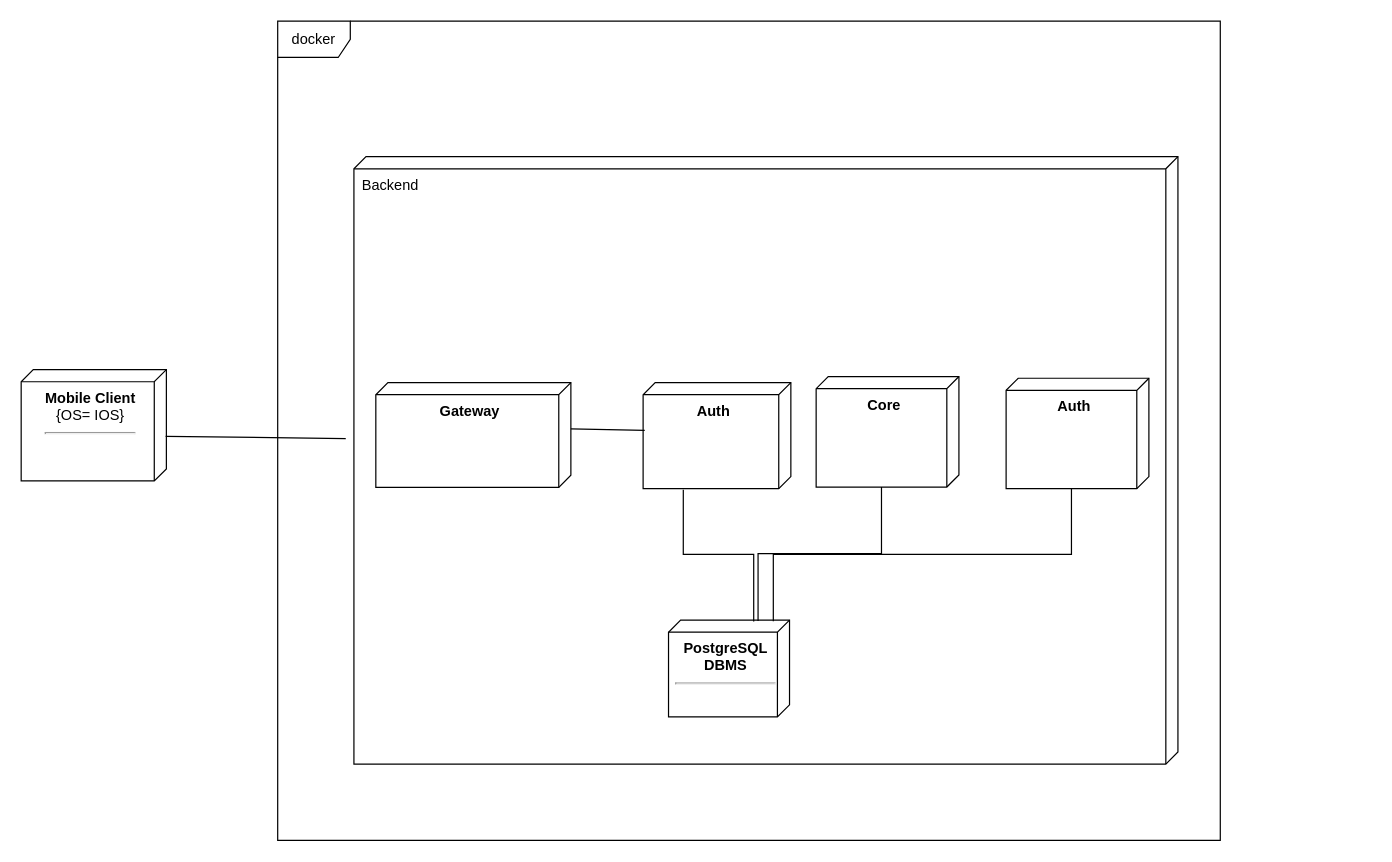
Above: documentation/diagrams/Deployment.drawio in IgorPustylnik/TP-9.1 (draw.io), before the change. Source tidied: cells renumbered, new cells numbered last; positions are measured from the earlier drawing's top-left corner, leaving out a move shared by most shapes. Both pictures are drawn from the tidied source at 121%, with x=0, y=0 at pixel (21, 21).
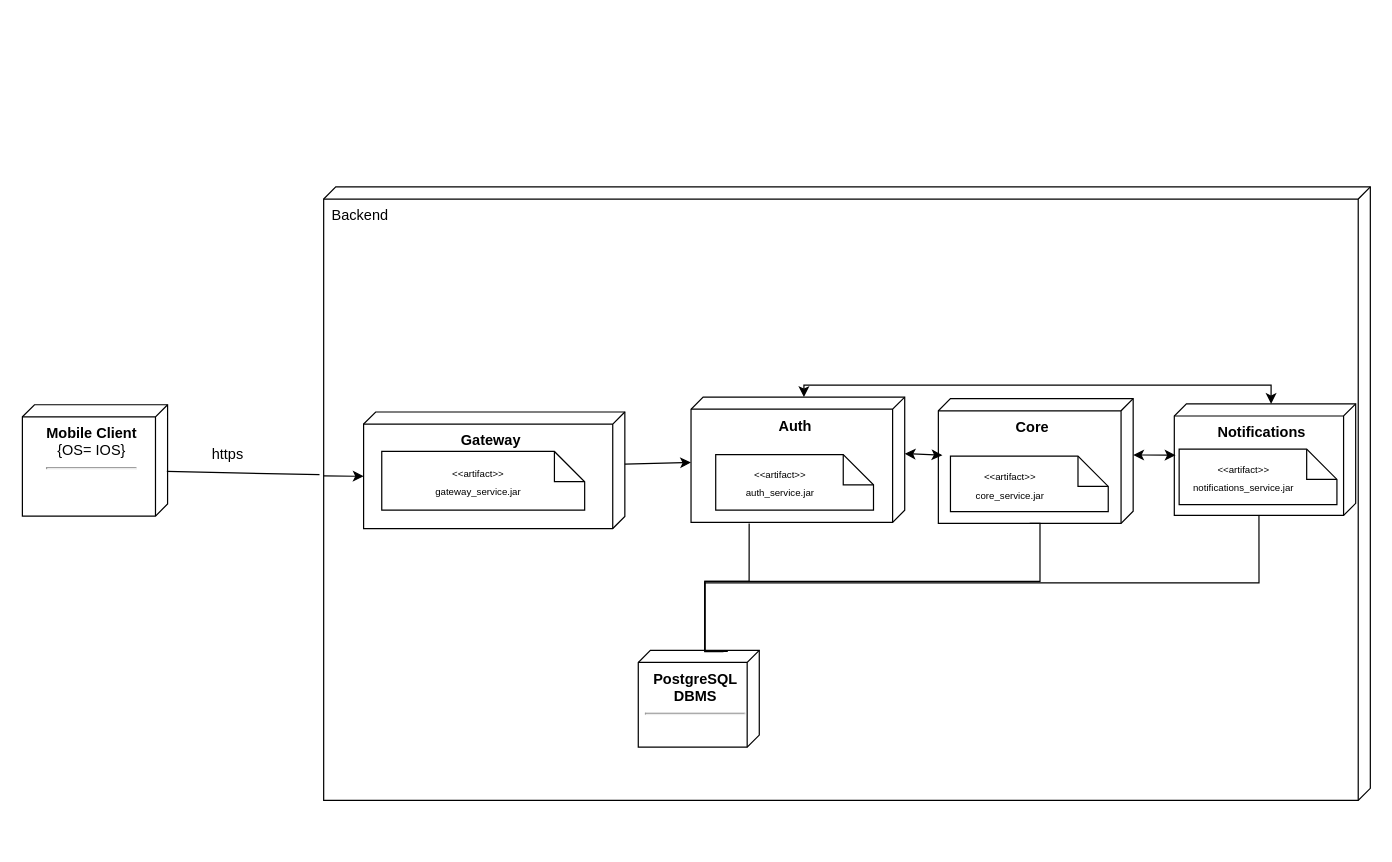
The same page after the edit.

Unchanged cells that the change refers to:
```xml
<mxCell id="3" value="&lt;b&gt;PostgreSQL DBMS&lt;/b&gt;&lt;div&gt;&lt;hr&gt;&lt;br&gt;&lt;/div&gt;" style="verticalAlign=top;align=center;shape=cube;size=10;direction=south;html=1;boundedLbl=1;spacingLeft=5;whiteSpace=wrap;" parent="2" vertex="1">
  <mxGeometry width="100" height="80" relative="1" as="geometry">
    <mxPoint x="260" y="383" as="offset" />
  </mxGeometry>
</mxCell>
```

Diff of the diagram source:
```diff
@@
     <mxCell id="2" value="Backend" style="verticalAlign=top;align=left;shape=cube;size=10;direction=south;fontStyle=0;html=1;boundedLbl=1;spacingLeft=5;whiteSpace=wrap;" parent="1" vertex="1">
-      <mxGeometry x="275" y="112" width="681" height="502" as="geometry" />
+      <mxGeometry x="250" y="137" width="865" height="507" as="geometry" />
     </mxCell>
@@
     <mxCell id="4" value="&lt;b&gt;Gateway&lt;/b&gt;" style="verticalAlign=top;align=center;shape=cube;size=10;direction=south;html=1;boundedLbl=1;spacingLeft=5;whiteSpace=wrap;" parent="2" vertex="1">
-      <mxGeometry x="18.1" y="186.7" width="161.2" height="86.6" as="geometry" />
+      <mxGeometry x="33" y="186" width="215.9" height="96.3" as="geometry" />
     </mxCell>
     <mxCell id="5" value="&lt;b&gt;Auth&lt;/b&gt;" style="verticalAlign=top;align=center;shape=cube;size=10;direction=south;html=1;boundedLbl=1;spacingLeft=5;whiteSpace=wrap;" parent="2" vertex="1">
-      <mxGeometry x="239" y="186.7" width="122.1" height="87.7" as="geometry" />
+      <mxGeometry x="303.6" y="173.7" width="176.6" height="103.5" as="geometry" />
     </mxCell>
     <mxCell id="6" style="endArrow=none;html=1;rounded=0;entryX=1.01;entryY=0.728;entryDx=0;entryDy=0;entryPerimeter=0;exitX=0.013;exitY=0.296;exitDx=0;exitDy=0;exitPerimeter=0;edgeStyle=orthogonalEdgeStyle;" parent="2" edge="1" source="3" target="5">
-      <mxGeometry relative="1" as="geometry" />
+      <mxGeometry relative="1" as="geometry">
+        <Array as="points">
+          <mxPoint x="315" y="384" />
+          <mxPoint x="315" y="326" />
+          <mxPoint x="352" y="326" />
+        </Array>
+      </mxGeometry>
     </mxCell>
     <mxCell id="7" value="&lt;b&gt;Core&lt;/b&gt;" style="verticalAlign=top;align=center;shape=cube;size=10;direction=south;html=1;boundedLbl=1;spacingLeft=5;whiteSpace=wrap;" parent="2" vertex="1">
-      <mxGeometry x="382" y="181.7" width="118" height="91.3" as="geometry" />
+      <mxGeometry x="508" y="175" width="161" height="103" as="geometry" />
     </mxCell>
-    <mxCell id="8" style="endArrow=none;html=1;rounded=0;entryX=0;entryY=0;entryDx=91.33;entryDy=64;entryPerimeter=0;exitX=0.01;exitY=0.26;exitDx=0;exitDy=0;exitPerimeter=0;edgeStyle=orthogonalEdgeStyle;" parent="2" edge="1" source="3" target="7">
-      <mxGeometry relative="1" as="geometry" />
+    <mxCell id="8" style="endArrow=none;html=1;rounded=0;entryX=0;entryY=0;entryDx=103;entryDy=85.5;entryPerimeter=0;exitX=0.01;exitY=0.26;exitDx=0;exitDy=0;exitPerimeter=0;edgeStyle=orthogonalEdgeStyle;" parent="2" edge="1" source="3" target="7">
+      <mxGeometry relative="1" as="geometry">
+        <Array as="points">
+          <mxPoint x="315" y="384" />
+          <mxPoint x="315" y="326" />
+          <mxPoint x="592" y="326" />
+          <mxPoint x="592" y="278" />
+        </Array>
+      </mxGeometry>
     </mxCell>
-    <mxCell id="9" style="endArrow=none;html=1;rounded=0;entryX=0.451;entryY=0.989;entryDx=0;entryDy=0;entryPerimeter=0;exitX=0;exitY=0;exitDx=38.31958592132505;exitDy=0;exitPerimeter=0;" parent="2" edge="1" source="4" target="5">
-      <mxGeometry relative="1" as="geometry" />
-    </mxCell>
-    <mxCell id="10" value="&lt;b&gt;Auth&lt;/b&gt;" style="verticalAlign=top;align=center;shape=cube;size=10;direction=south;html=1;boundedLbl=1;spacingLeft=5;whiteSpace=wrap;" parent="2" vertex="1">
-      <mxGeometry x="539" y="183.1" width="118" height="91.3" as="geometry" />
+    <mxCell id="10" value="&lt;b&gt;Notifications&lt;/b&gt;" style="verticalAlign=top;align=center;shape=cube;size=10;direction=south;html=1;boundedLbl=1;spacingLeft=5;whiteSpace=wrap;" parent="2" vertex="1">
+      <mxGeometry x="703" y="179.3" width="149.9" height="92.2" as="geometry" />
     </mxCell>
-    <mxCell id="11" style="endArrow=none;html=1;rounded=0;exitX=0.011;exitY=0.134;exitDx=0;exitDy=0;exitPerimeter=0;entryX=0;entryY=0;entryDx=91.33;entryDy=64;entryPerimeter=0;edgeStyle=orthogonalEdgeStyle;" parent="2" edge="1" source="3" target="10">
+    <mxCell id="11" style="endArrow=none;html=1;rounded=0;exitX=0;exitY=0;exitDx=0;exitDy=45;exitPerimeter=0;entryX=0;entryY=0;entryDx=92.23966135458167;entryDy=79.94126284875185;entryPerimeter=0;edgeStyle=orthogonalEdgeStyle;" parent="2" edge="1" source="3" target="10">
       <mxGeometry relative="1" as="geometry" />
     </mxCell>
+    <mxCell id="15" style="shape=note2;boundedLbl=1;whiteSpace=wrap;html=1;size=25;verticalAlign=top;align=center;" parent="2" vertex="1">
+      <mxGeometry x="48" y="218.6" width="167.7" height="48.5" as="geometry" />
+    </mxCell>
+    <mxCell id="9" style="rounded=0;jettySize=auto;html=1;exitX=0;exitY=0;exitDx=43.14985059760956;exitDy=0;exitPerimeter=0;" parent="2" edge="1" source="4" target="5">
+      <mxGeometry relative="1" as="geometry" />
+    </mxCell>
+    <mxCell id="16" value="&lt;font style=&quot;font-size: 8px;&quot;&gt;&amp;lt;&amp;lt;artifact&amp;gt;&amp;gt;&lt;/font&gt;&lt;div&gt;&lt;font style=&quot;font-size: 8px;&quot;&gt;gateway_service.jar&lt;/font&gt;&lt;/div&gt;" style="text;html=1;align=center;verticalAlign=middle;whiteSpace=wrap;rounded=0;" parent="2" vertex="1">
+      <mxGeometry x="60" y="225.6" width="135.9" height="34.3" as="geometry" />
+    </mxCell>
+    <mxCell id="17" style="shape=note2;boundedLbl=1;whiteSpace=wrap;html=1;size=25;verticalAlign=top;align=center;" parent="2" vertex="1">
+      <mxGeometry x="324" y="221.2" width="130.4" height="45.9" as="geometry" />
+    </mxCell>
+    <mxCell id="18" value="&lt;font style=&quot;font-size: 8px;&quot;&gt;&amp;lt;&amp;lt;artifact&amp;gt;&amp;gt;&lt;/font&gt;&lt;div&gt;&lt;font style=&quot;font-size: 8px;&quot;&gt;auth_service.jar&lt;/font&gt;&lt;/div&gt;" style="text;html=1;align=center;verticalAlign=middle;whiteSpace=wrap;rounded=0;" parent="2" vertex="1">
+      <mxGeometry x="324" y="227.1" width="107" height="34" as="geometry" />
+    </mxCell>
+    <mxCell id="19" style="shape=note2;boundedLbl=1;whiteSpace=wrap;html=1;size=25;verticalAlign=top;align=center;" parent="2" vertex="1">
+      <mxGeometry x="518" y="222.5" width="130.4" height="45.9" as="geometry" />
+    </mxCell>
+    <mxCell id="20" value="&lt;font style=&quot;font-size: 8px;&quot;&gt;&amp;lt;&amp;lt;artifact&amp;gt;&amp;gt;&lt;/font&gt;&lt;div&gt;&lt;font style=&quot;font-size: 8px;&quot;&gt;core_service.jar&lt;/font&gt;&lt;/div&gt;" style="text;html=1;align=center;verticalAlign=middle;whiteSpace=wrap;rounded=0;" parent="2" vertex="1">
+      <mxGeometry x="514" y="228.6" width="107" height="34" as="geometry" />
+    </mxCell>
+    <mxCell id="21" style="endArrow=classic;html=1;rounded=0;entryX=0.453;entryY=0.979;entryDx=0;entryDy=0;entryPerimeter=0;exitX=0;exitY=0;exitDx=46.725109561752994;exitDy=0;exitPerimeter=0;startArrow=classic;startFill=1;" parent="2" edge="1" source="5" target="7">
+      <mxGeometry relative="1" as="geometry" />
+    </mxCell>
+    <mxCell id="22" style="endArrow=classic;html=1;rounded=0;entryX=0;entryY=0;entryDx=0;entryDy=69.94126284875185;entryPerimeter=0;exitX=0;exitY=0;exitDx=0;exitDy=83.27826725403818;exitPerimeter=0;edgeStyle=orthogonalEdgeStyle;startArrow=classic;startFill=1;" parent="2" edge="1" source="5" target="10">
+      <mxGeometry relative="1" as="geometry" />
+    </mxCell>
+    <mxCell id="23" style="endArrow=classic;html=1;rounded=0;exitX=0;exitY=0;exitDx=46.5;exitDy=0;exitPerimeter=0;startArrow=classic;startFill=1;entryX=0.46;entryY=0.993;entryDx=0;entryDy=0;entryPerimeter=0;" parent="2" edge="1" source="7" target="10">
+      <mxGeometry relative="1" as="geometry" />
+    </mxCell>
+    <mxCell id="24" style="shape=note2;boundedLbl=1;whiteSpace=wrap;html=1;size=25;verticalAlign=top;align=center;" parent="2" vertex="1">
+      <mxGeometry x="707" y="216.7" width="130.4" height="45.9" as="geometry" />
+    </mxCell>
+    <mxCell id="25" style="endArrow=classic;html=1;rounded=0;exitX=0.471;exitY=1;exitDx=0;exitDy=0;exitPerimeter=0;entryX=0;entryY=0;entryDx=53.14985059760956;entryDy=215.85624082232013;entryPerimeter=0;" parent="2" edge="1" source="2" target="4">
+      <mxGeometry relative="1" as="geometry" />
+    </mxCell>
+    <mxCell id="26" value="&lt;font style=&quot;font-size: 8px;&quot;&gt;&amp;lt;&amp;lt;artifact&amp;gt;&amp;gt;&lt;/font&gt;&lt;div&gt;&lt;font style=&quot;font-size: 8px;&quot;&gt;notifications_service.jar&lt;/font&gt;&lt;/div&gt;" style="text;html=1;align=center;verticalAlign=middle;whiteSpace=wrap;rounded=0;" parent="2" vertex="1">
+      <mxGeometry x="707" y="222.7" width="107" height="34" as="geometry" />
+    </mxCell>
     <mxCell id="12" value="&lt;b&gt;Mobile Client&lt;/b&gt;&lt;div&gt;{OS= IOS}&lt;/div&gt;&lt;div&gt;&lt;hr&gt;&lt;div&gt;&lt;br&gt;&lt;/div&gt;&lt;/div&gt;" style="verticalAlign=top;align=center;shape=cube;size=10;direction=south;html=1;boundedLbl=1;spacingLeft=5;whiteSpace=wrap;" parent="1" vertex="1">
-      <mxGeometry y="288" width="120" height="92" as="geometry" />
+      <mxGeometry x="1" y="317" width="120" height="92" as="geometry" />
     </mxCell>
-    <mxCell id="13" style="endArrow=none;html=1;rounded=0;entryX=0.599;entryY=0.005;entryDx=0;entryDy=0;entryPerimeter=0;exitX=0;exitY=0;exitDx=46.23417741935483;exitDy=186.04474789915966;exitPerimeter=0;" parent="1" edge="1" source="4" target="12">
+    <mxCell id="13" style="endArrow=none;html=1;rounded=0;entryX=0.599;entryY=0.005;entryDx=0;entryDy=0;entryPerimeter=0;exitX=0.469;exitY=1.004;exitDx=0;exitDy=0;exitPerimeter=0;" parent="1" edge="1" source="2" target="12">
       <mxGeometry relative="1" as="geometry" />
     </mxCell>
-    <mxCell id="14" value="docker" style="shape=umlFrame;whiteSpace=wrap;html=1;" parent="1" vertex="1">
-      <mxGeometry x="212" width="779" height="677" as="geometry" />
-    </mxCell>
+    <mxCell id="27" value="https" style="text;html=1;align=center;verticalAlign=middle;whiteSpace=wrap;rounded=0;" parent="1" vertex="1">
+      <mxGeometry x="141" y="343" width="60" height="30" as="geometry" />
+    </mxCell>
```
